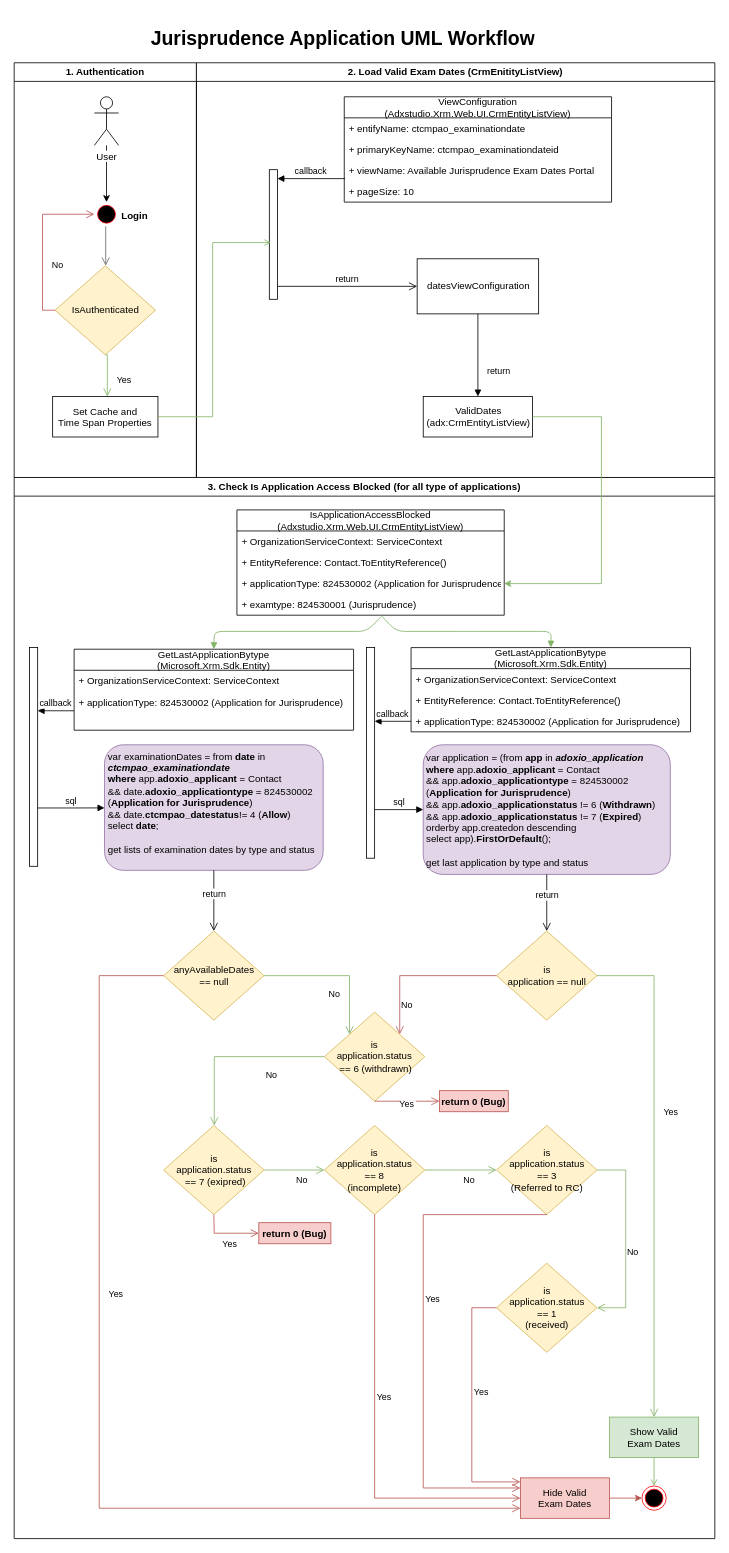
Before: Jurisprudence Application UML Workflow.drawio in lest-xu/temp, a draw.io diagram. Source tidied: cells renumbered, new cells numbered last; positions are measured from the earlier drawing's top-left corner, leaving out a move shared by most shapes. Both pictures are drawn from the tidied source at 81%, with x=0, y=0 at pixel (14, 22).
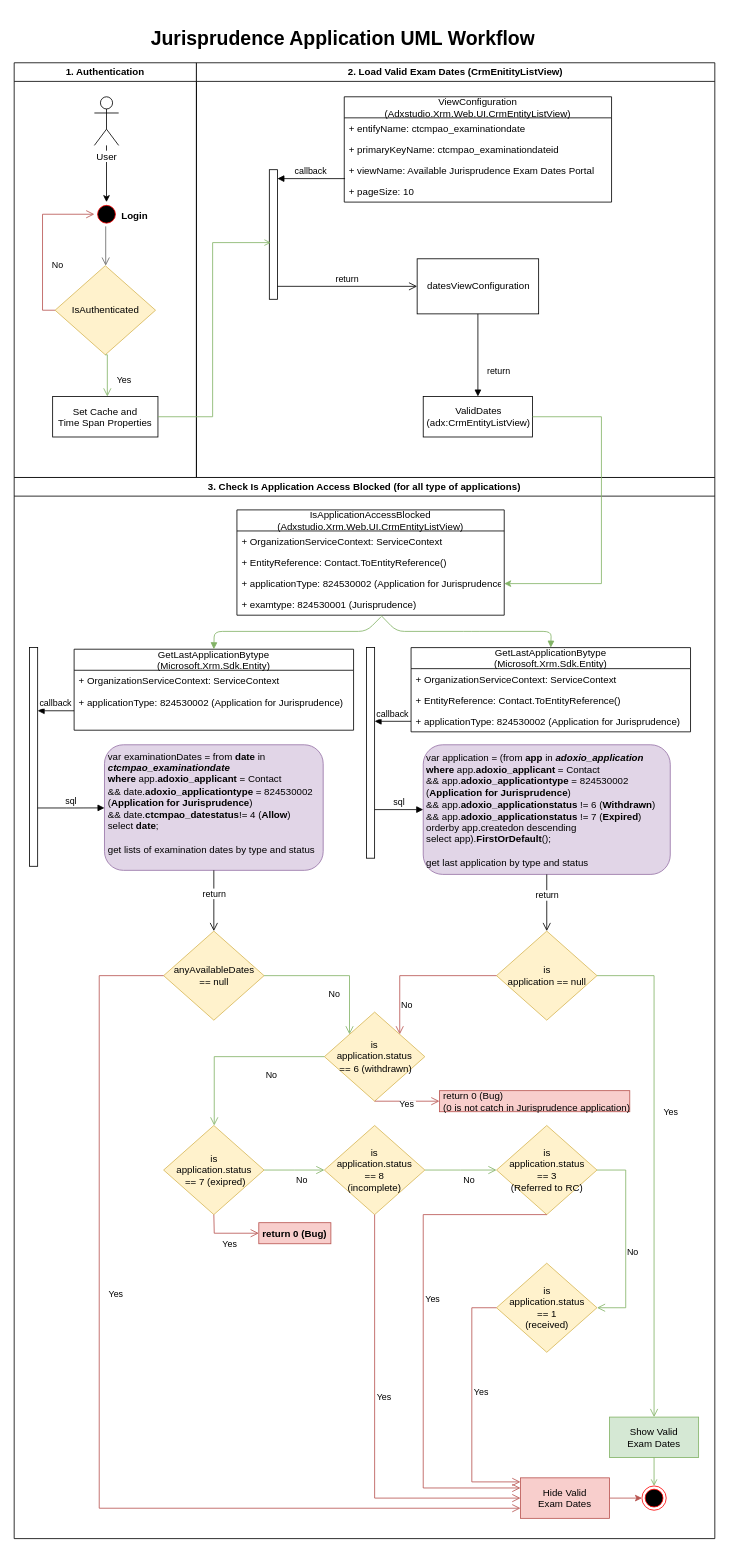
The same page after the edit.

The change refers to these unchanged cells:
```xml
<mxCell id="26" value="3. Check Is Application Access Blocked (for all type of applications)" style="swimlane;whiteSpace=wrap;startSize=23;" parent="1" vertex="1">
  <mxGeometry y="562" width="865" height="1310" as="geometry" />
</mxCell>
```

What changed in the source:
```diff
@@
-    <mxCell id="69" value="return 0 (Bug)" style="text;align=center;fontStyle=1;verticalAlign=middle;spacingLeft=3;spacingRight=3;strokeColor=#b85450;fillColor=#f8cecc;" parent="26" vertex="1">
-      <mxGeometry x="525" y="757" width="85" height="26" as="geometry" />
+    <mxCell id="69" value="return 0 (Bug)&#10;(0 is not catch in Jurisprudence application)" style="text;align=left;fontStyle=0;verticalAlign=middle;spacingLeft=3;spacingRight=3;strokeColor=#b85450;fillColor=#f8cecc;" parent="26" vertex="1">
+      <mxGeometry x="525" y="757" width="235" height="26" as="geometry" />
     </mxCell>
```
